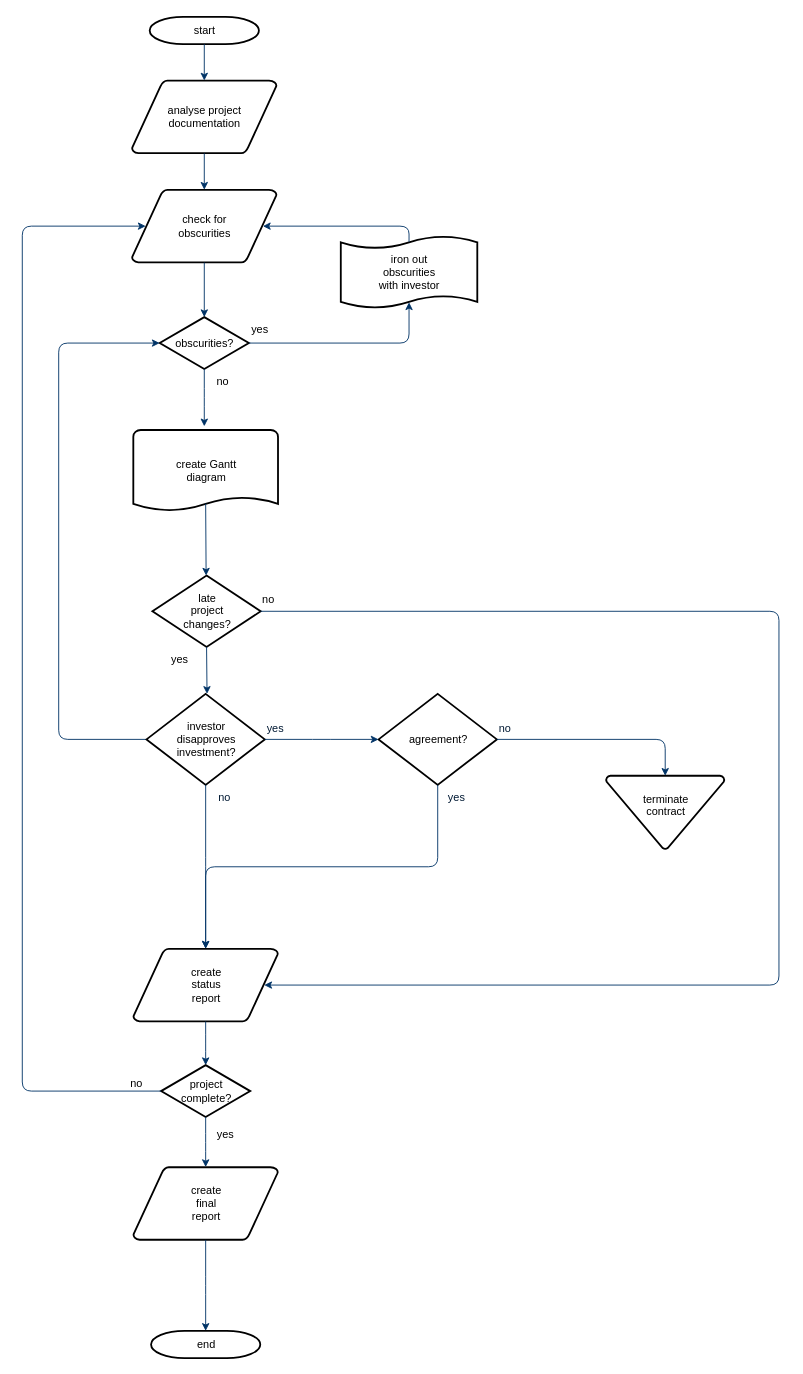
This is Untitled Diagram.drawio from nperea-dev/reto5, a draw.io file, before an edit. Source tidied: cells renumbered, new cells numbered last; positions are measured from the earlier drawing's top-left corner, leaving out a move shared by most shapes. Both pictures are drawn from the tidied source at 91%, with x=0, y=0 at pixel (22, 16).
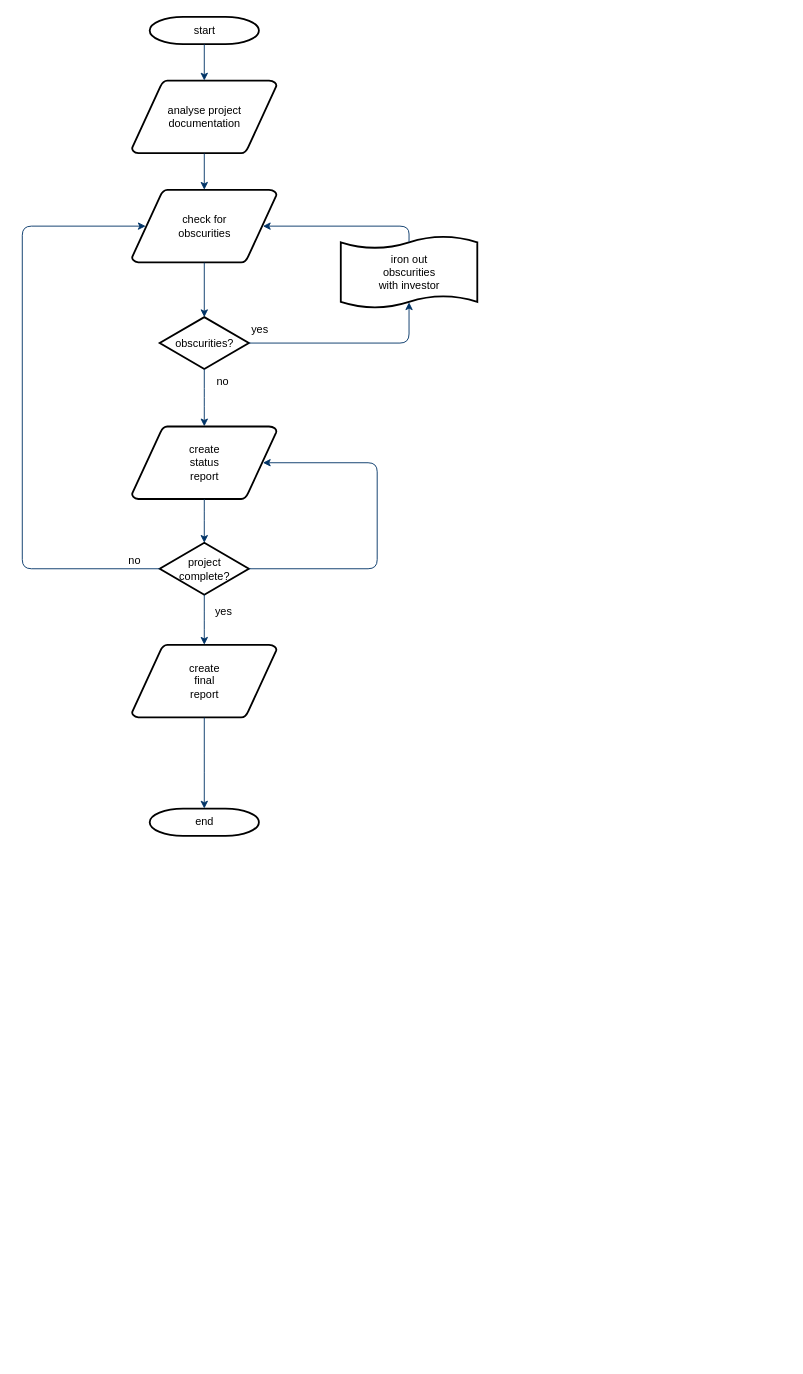
Above is the later version.

Commit message:
segundo comit

The change refers to these unchanged cells:
```xml
<mxCell id="5" value="obscurities?" style="shape=mxgraph.flowchart.decision;strokeWidth=2;gradientColor=none;gradientDirection=north;fontStyle=0;html=1;" parent="1" vertex="1">
  <mxGeometry x="151" y="330" width="98" height="57" as="geometry" />
</mxCell>
```

Diff of the diagram source:
```diff
@@
-    <mxCell id="13" value="create Gantt&#10;diagram" style="shape=mxgraph.flowchart.document;strokeWidth=2;gradientColor=none;gradientDirection=north;fontStyle=0;html=1;" parent="1" vertex="1">
-      <mxGeometry x="122" y="454" width="159" height="90" as="geometry" />
-    </mxCell>
-    <mxCell id="14" value="late&#10;project&#10;changes?" style="shape=mxgraph.flowchart.decision;strokeWidth=2;gradientColor=none;gradientDirection=north;fontStyle=0;html=1;" parent="1" vertex="1">
-      <mxGeometry x="143" y="614" width="119" height="78.5" as="geometry" />
-    </mxCell>
-    <mxCell id="15" style="edgeStyle=elbowEdgeStyle;elbow=horizontal;exitX=0.5;exitY=0.9;exitPerimeter=0;fontStyle=1;strokeColor=#003366;strokeWidth=1;html=1;" parent="1" edge="1" source="13" target="14">
-      <mxGeometry x="1.5" y="-406" as="geometry" />
-    </mxCell>
-    <mxCell id="16" style="edgeStyle=elbowEdgeStyle;elbow=horizontal;exitX=0;exitY=0.5;exitPerimeter=0;entryX=0;entryY=0.5;entryPerimeter=0;fontStyle=1;strokeColor=#003366;strokeWidth=1;html=1;" parent="1" edge="1" source="18" target="5">
-      <mxGeometry as="geometry">
-        <Array as="points">
-          <mxPoint x="40" y="790" />
-        </Array>
-      </mxGeometry>
-    </mxCell>
-    <mxCell id="17" value="yes" style="text;fontStyle=0;html=1;strokeColor=none;gradientColor=none;fillColor=none;strokeWidth=2;" parent="1" vertex="1">
-      <mxGeometry x="161.5" y="692.5" width="40" height="26" as="geometry" />
-    </mxCell>
-    <mxCell id="18" value="investor&#10;disapproves&#10; investment?" style="shape=mxgraph.flowchart.decision;strokeWidth=2;gradientColor=none;gradientDirection=north;fontStyle=0;html=1;" parent="1" vertex="1">
-      <mxGeometry x="136.5" y="744" width="130" height="100" as="geometry" />
-    </mxCell>
-    <mxCell id="19" value="agreement?" style="shape=mxgraph.flowchart.decision;strokeWidth=2;gradientColor=none;gradientDirection=north;fontStyle=0;html=1;" parent="1" vertex="1">
-      <mxGeometry x="391.5" y="744" width="130" height="100" as="geometry" />
-    </mxCell>
-    <mxCell id="20" style="edgeStyle=elbowEdgeStyle;elbow=horizontal;exitX=0.5;exitY=1;exitPerimeter=0;fontStyle=1;strokeColor=#003366;strokeWidth=1;html=1;" parent="1" edge="1" source="14" target="18">
-      <mxGeometry x="1.5" y="-406" as="geometry" />
-    </mxCell>
-    <mxCell id="21" style="edgeStyle=elbowEdgeStyle;elbow=horizontal;exitX=1;exitY=0.5;exitPerimeter=0;entryX=0;entryY=0.5;entryPerimeter=0;fontStyle=1;strokeColor=#003366;strokeWidth=1;html=1;" parent="1" edge="1" source="18" target="19">
-      <mxGeometry x="1.5" y="-406" as="geometry" />
-    </mxCell>
-    <mxCell id="22" value="terminate&#10;contract&#10;" style="shape=mxgraph.flowchart.merge_or_storage;strokeWidth=2;gradientColor=none;gradientDirection=north;fontStyle=0;html=1;" parent="1" vertex="1">
-      <mxGeometry x="641.5" y="834" width="130" height="80.5" as="geometry" />
-    </mxCell>
-    <mxCell id="23" style="edgeStyle=elbowEdgeStyle;elbow=vertical;exitX=1;exitY=0.5;exitPerimeter=0;entryX=0.5;entryY=0;entryPerimeter=0;fontStyle=1;strokeColor=#003366;strokeWidth=1;html=1;" parent="1" edge="1" source="19" target="22">
-      <mxGeometry x="1.5" y="-406" as="geometry">
-        <Array as="points">
-          <mxPoint x="621.5" y="794" />
-        </Array>
-      </mxGeometry>
-    </mxCell>
     <mxCell id="24" value="create&#10;status&#10;report" style="shape=mxgraph.flowchart.data;strokeWidth=2;gradientColor=none;gradientDirection=north;fontStyle=0;html=1;" parent="1" vertex="1">
-      <mxGeometry x="122" y="1024" width="159" height="80" as="geometry" />
+      <mxGeometry x="120.5" y="450" width="159" height="80" as="geometry" />
     </mxCell>
-    <mxCell id="25" style="edgeStyle=elbowEdgeStyle;elbow=vertical;exitX=0.5;exitY=1;exitPerimeter=0;fontColor=#001933;fontStyle=1;strokeColor=#003366;strokeWidth=1;html=1;" parent="1" edge="1" source="18" target="24">
-      <mxGeometry x="1.5" y="-406" as="geometry" />
-    </mxCell>
-    <mxCell id="26" style="edgeStyle=elbowEdgeStyle;elbow=vertical;exitX=0.5;exitY=1;exitPerimeter=0;entryX=0.5;entryY=0;entryPerimeter=0;fontStyle=1;strokeColor=#003366;strokeWidth=1;html=1;" parent="1" edge="1" source="19" target="24">
-      <mxGeometry x="1.5" y="-406" as="geometry" />
-    </mxCell>
     <mxCell id="27" value="project&#10;complete?" style="shape=mxgraph.flowchart.decision;strokeWidth=2;gradientColor=none;gradientDirection=north;fontStyle=0;html=1;" parent="1" vertex="1">
-      <mxGeometry x="152.5" y="1152" width="98" height="57" as="geometry" />
+      <mxGeometry x="151" y="578" width="98" height="57" as="geometry" />
     </mxCell>
     <mxCell id="28" value="create&#10;final&#10;report" style="shape=mxgraph.flowchart.data;strokeWidth=2;gradientColor=none;gradientDirection=north;fontStyle=0;html=1;" parent="1" vertex="1">
-      <mxGeometry x="122" y="1264" width="159" height="80" as="geometry" />
+      <mxGeometry x="120.5" y="690" width="159" height="80" as="geometry" />
     </mxCell>
     <mxCell id="29" value="end" style="shape=mxgraph.flowchart.terminator;strokeWidth=2;gradientColor=none;gradientDirection=north;fontStyle=0;html=1;" parent="1" vertex="1">
-      <mxGeometry x="141.5" y="1444" width="120" height="30" as="geometry" />
+      <mxGeometry x="140" y="870" width="120" height="30" as="geometry" />
     </mxCell>
     <mxCell id="30" style="edgeStyle=elbowEdgeStyle;elbow=vertical;exitX=0.5;exitY=1;exitPerimeter=0;entryX=0.5;entryY=0;entryPerimeter=0;fontStyle=1;strokeColor=#003366;strokeWidth=1;html=1;" parent="1" edge="1" source="24" target="27">
-      <mxGeometry x="1.5" y="-406" as="geometry" />
+      <mxGeometry y="-980" as="geometry" />
     </mxCell>
     <mxCell id="31" style="edgeStyle=elbowEdgeStyle;elbow=vertical;exitX=0.5;exitY=1;exitPerimeter=0;entryX=0.5;entryY=0;entryPerimeter=0;fontStyle=1;strokeColor=#003366;strokeWidth=1;html=1;" parent="1" edge="1" source="27" target="28">
-      <mxGeometry x="1.5" y="-406" as="geometry" />
+      <mxGeometry y="-980" as="geometry" />
     </mxCell>
     <mxCell id="32" style="edgeStyle=elbowEdgeStyle;elbow=vertical;exitX=0.5;exitY=1;exitPerimeter=0;entryX=0.5;entryY=0;entryPerimeter=0;fontStyle=1;strokeColor=#003366;strokeWidth=1;html=1;" parent="1" edge="1" source="28" target="29">
-      <mxGeometry x="1.5" y="-406" as="geometry" />
+      <mxGeometry y="-980" as="geometry" />
     </mxCell>
-    <mxCell id="33" style="edgeStyle=elbowEdgeStyle;elbow=horizontal;exitX=1;exitY=0.5;exitPerimeter=0;entryX=0.905;entryY=0.5;entryPerimeter=0;fontStyle=1;strokeColor=#003366;strokeWidth=1;html=1;" parent="1" edge="1" source="14" target="24">
+    <mxCell id="33" style="edgeStyle=elbowEdgeStyle;elbow=horizontal;exitX=1;exitY=0.5;exitPerimeter=0;entryX=0.905;entryY=0.5;entryPerimeter=0;fontStyle=1;strokeColor=#003366;strokeWidth=1;html=1;exitDx=0;exitDy=0;" parent="1" edge="1" source="27" target="24">
       <mxGeometry x="1.5" y="-406" as="geometry">
         <Array as="points">
-          <mxPoint x="831.5" y="854" />
+          <mxPoint x="390" y="540" />
         </Array>
       </mxGeometry>
     </mxCell>
-    <mxCell id="34" value="no" style="text;fontStyle=0;html=1;strokeColor=none;gradientColor=none;fillColor=none;strokeWidth=2;" parent="1" vertex="1">
-      <mxGeometry x="262" y="627.2" width="40" height="26" as="geometry" />
-    </mxCell>
-    <mxCell id="35" value="yes" style="text;fontColor=#001933;fontStyle=0;html=1;strokeColor=none;gradientColor=none;fillColor=none;strokeWidth=2;" parent="1" vertex="1">
-      <mxGeometry x="266.5" y="768" width="40" height="26" as="geometry" />
-    </mxCell>
-    <mxCell id="36" value="no" style="text;fontColor=#001933;fontStyle=0;html=1;strokeColor=none;gradientColor=none;fillColor=none;strokeWidth=2;align=center;" parent="1" vertex="1">
-      <mxGeometry x="201.5" y="844" width="40" height="26" as="geometry" />
-    </mxCell>
-    <mxCell id="37" value="yes" style="text;fontColor=#001933;fontStyle=0;html=1;strokeColor=none;gradientColor=none;fillColor=none;strokeWidth=2;align=center;" parent="1" vertex="1">
-      <mxGeometry x="456.5" y="844" width="40" height="26" as="geometry" />
-    </mxCell>
-    <mxCell id="38" value="no" style="text;fontColor=#001933;fontStyle=0;html=1;strokeColor=none;gradientColor=none;fillColor=none;strokeWidth=2;" parent="1" vertex="1">
-      <mxGeometry x="521.5" y="768" width="40" height="26" as="geometry" />
-    </mxCell>
@@
     <mxCell id="41" value="yes" style="text;fontStyle=0;html=1;strokeColor=none;gradientColor=none;fillColor=none;strokeWidth=2;align=center;" parent="1" vertex="1">
-      <mxGeometry x="202.5" y="1214" width="40" height="26" as="geometry" />
+      <mxGeometry x="201" y="640" width="40" height="26" as="geometry" />
     </mxCell>
@@
     <mxCell id="43" value="no" style="text;fontStyle=0;html=1;strokeColor=none;gradientColor=none;fillColor=none;strokeWidth=2;" parent="1" vertex="1">
-      <mxGeometry x="116.5" y="1158" width="40" height="26" as="geometry" />
+      <mxGeometry x="115" y="584" width="40" height="26" as="geometry" />
     </mxCell>
```
